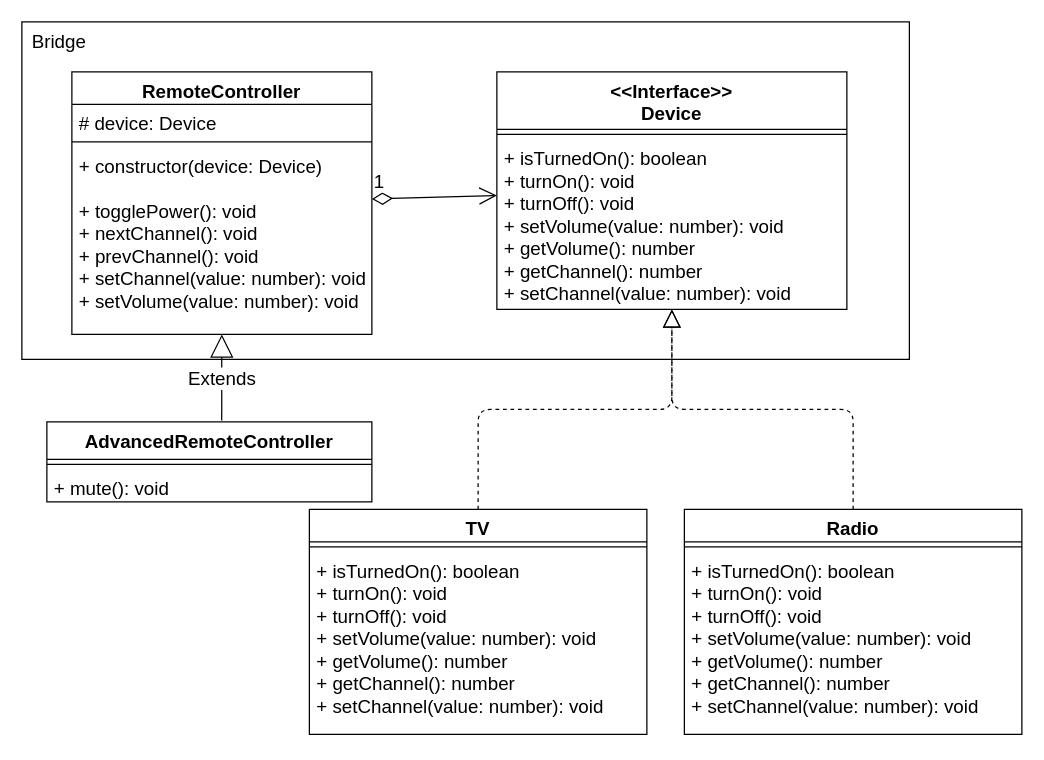
Before: structural/bridge/bridge.drawio in kirill-krasuk/design_patterns, a draw.io diagram. Source tidied: cells renumbered, new cells numbered last; positions are measured from the earlier drawing's top-left corner, leaving out a move shared by most shapes. Both pictures are drawn from the tidied source at 125%, with x=0, y=0 at pixel (21, 21).
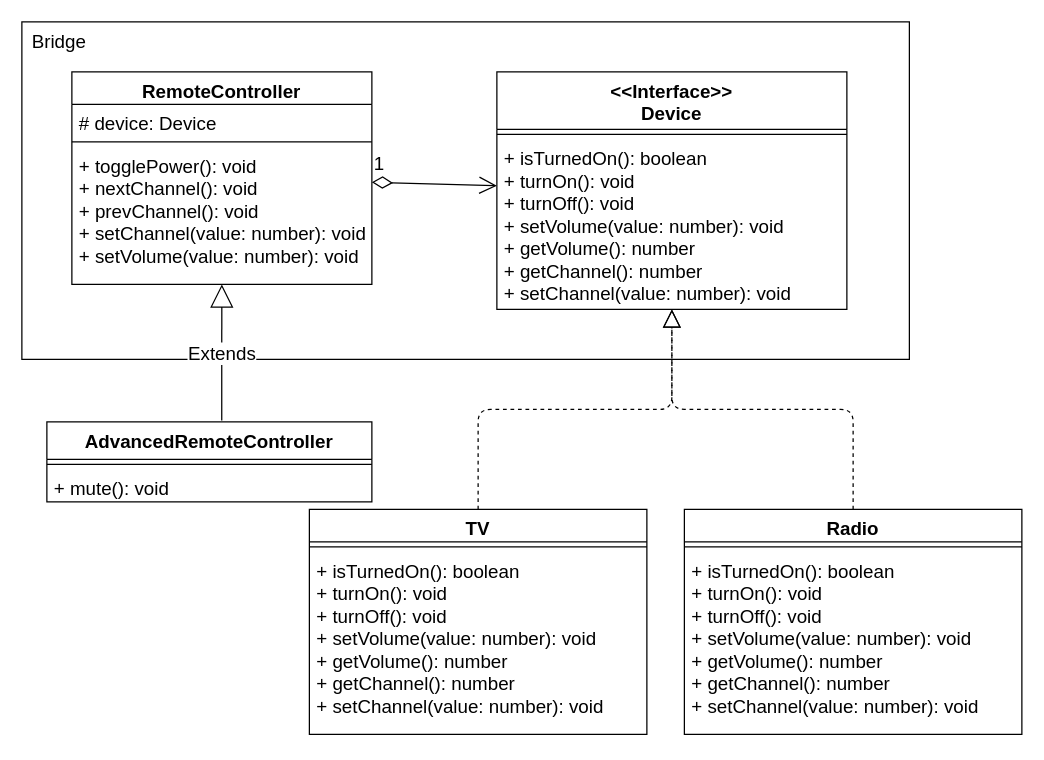
Above is the later version.

Change to the diagram source:
```diff
@@
     <mxCell id="8" value="RemoteController" style="swimlane;fontStyle=1;align=center;verticalAlign=top;horizontal=1;startSize=26;fontSize=15;" parent="1" vertex="1">
-      <mxGeometry x="40" y="40" width="240" height="210" as="geometry" />
+      <mxGeometry x="40" y="40" width="240" height="170" as="geometry" />
     </mxCell>
@@
-    <mxCell id="11" value="+ constructor(device: Device)&#10;&#10;+ togglePower(): void&#10;+ nextChannel(): void&#10;+ prevChannel(): void&#10;+ setChannel(value: number): void&#10;+ setVolume(value: number): void" style="text;strokeColor=none;fillColor=none;align=left;verticalAlign=top;spacingLeft=4;spacingRight=4;overflow=hidden;fontSize=15;" parent="8" vertex="1">
-      <mxGeometry y="60" width="240" height="150" as="geometry" />
+    <mxCell id="11" value="+ togglePower(): void&#10;+ nextChannel(): void&#10;+ prevChannel(): void&#10;+ setChannel(value: number): void&#10;+ setVolume(value: number): void" style="text;strokeColor=none;fillColor=none;align=left;verticalAlign=top;spacingLeft=4;spacingRight=4;overflow=hidden;fontSize=15;" parent="8" vertex="1">
+      <mxGeometry y="60" width="240" height="110" as="geometry" />
     </mxCell>
```
